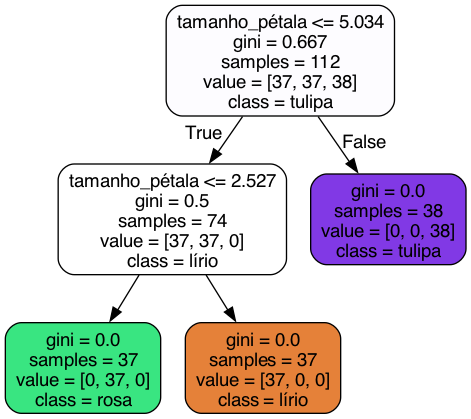
This is tree.png from HallanMiranda/Machine_Learning, a Graphviz export, as it was before one commit. Its source is kept beside it as tree.dot. Source of this version:
```dot
digraph Tree {
node [shape=box, style="filled, rounded", color="black", fontname="helvetica"] ;
edge [fontname="helvetica"] ;
0 [label="tamanho_pétala <= 5.034\ngini = 0.667\nsamples = 112\nvalue = [37, 37, 38]\nclass = tulipa", fillcolor="#fdfcff"] ;
1 [label="tamanho_pétala <= 2.527\ngini = 0.5\nsamples = 74\nvalue = [37, 37, 0]\nclass = lírio", fillcolor="#ffffff"] ;
0 -> 1 [labeldistance=2.5, labelangle=45, headlabel="True"] ;
2 [label="gini = 0.0\nsamples = 37\nvalue = [0, 37, 0]\nclass = rosa", fillcolor="#39e581"] ;
1 -> 2 ;
3 [label="gini = 0.0\nsamples = 37\nvalue = [37, 0, 0]\nclass = lírio", fillcolor="#e58139"] ;
1 -> 3 ;
4 [label="gini = 0.0\nsamples = 38\nvalue = [0, 0, 38]\nclass = tulipa", fillcolor="#8139e5"] ;
0 -> 4 [labeldistance=2.5, labelangle=-45, headlabel="False"] ;
}
```
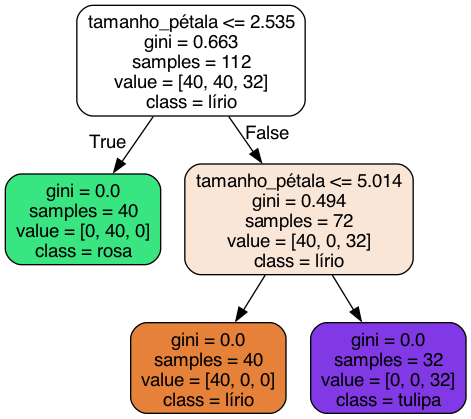
Later version of the same file.

Change to the diagram source:
```diff
@@ -1,13 +1,13 @@
 digraph Tree {
 node [shape=box, style="filled, rounded", color="black", fontname="helvetica"] ;
 edge [fontname="helvetica"] ;
-0 [label="tamanho_pétala <= 5.034\ngini = 0.667\nsamples = 112\nvalue = [37, 37, 38]\nclass = tulipa", fillcolor="#fdfcff"] ;
-1 [label="tamanho_pétala <= 2.527\ngini = 0.5\nsamples = 74\nvalue = [37, 37, 0]\nclass = lírio", fillcolor="#ffffff"] ;
+0 [label="tamanho_pétala <= 2.535\ngini = 0.663\nsamples = 112\nvalue = [40, 40, 32]\nclass = lírio", fillcolor="#ffffff"] ;
+1 [label="gini = 0.0\nsamples = 40\nvalue = [0, 40, 0]\nclass = rosa", fillcolor="#39e581"] ;
 0 -> 1 [labeldistance=2.5, labelangle=45, headlabel="True"] ;
-2 [label="gini = 0.0\nsamples = 37\nvalue = [0, 37, 0]\nclass = rosa", fillcolor="#39e581"] ;
-1 -> 2 ;
-3 [label="gini = 0.0\nsamples = 37\nvalue = [37, 0, 0]\nclass = lírio", fillcolor="#e58139"] ;
-1 -> 3 ;
-4 [label="gini = 0.0\nsamples = 38\nvalue = [0, 0, 38]\nclass = tulipa", fillcolor="#8139e5"] ;
-0 -> 4 [labeldistance=2.5, labelangle=-45, headlabel="False"] ;
+2 [label="tamanho_pétala <= 5.014\ngini = 0.494\nsamples = 72\nvalue = [40, 0, 32]\nclass = lírio", fillcolor="#fae6d7"] ;
+0 -> 2 [labeldistance=2.5, labelangle=-45, headlabel="False"] ;
+3 [label="gini = 0.0\nsamples = 40\nvalue = [40, 0, 0]\nclass = lírio", fillcolor="#e58139"] ;
+2 -> 3 ;
+4 [label="gini = 0.0\nsamples = 32\nvalue = [0, 0, 32]\nclass = tulipa", fillcolor="#8139e5"] ;
+2 -> 4 ;
 }
```
